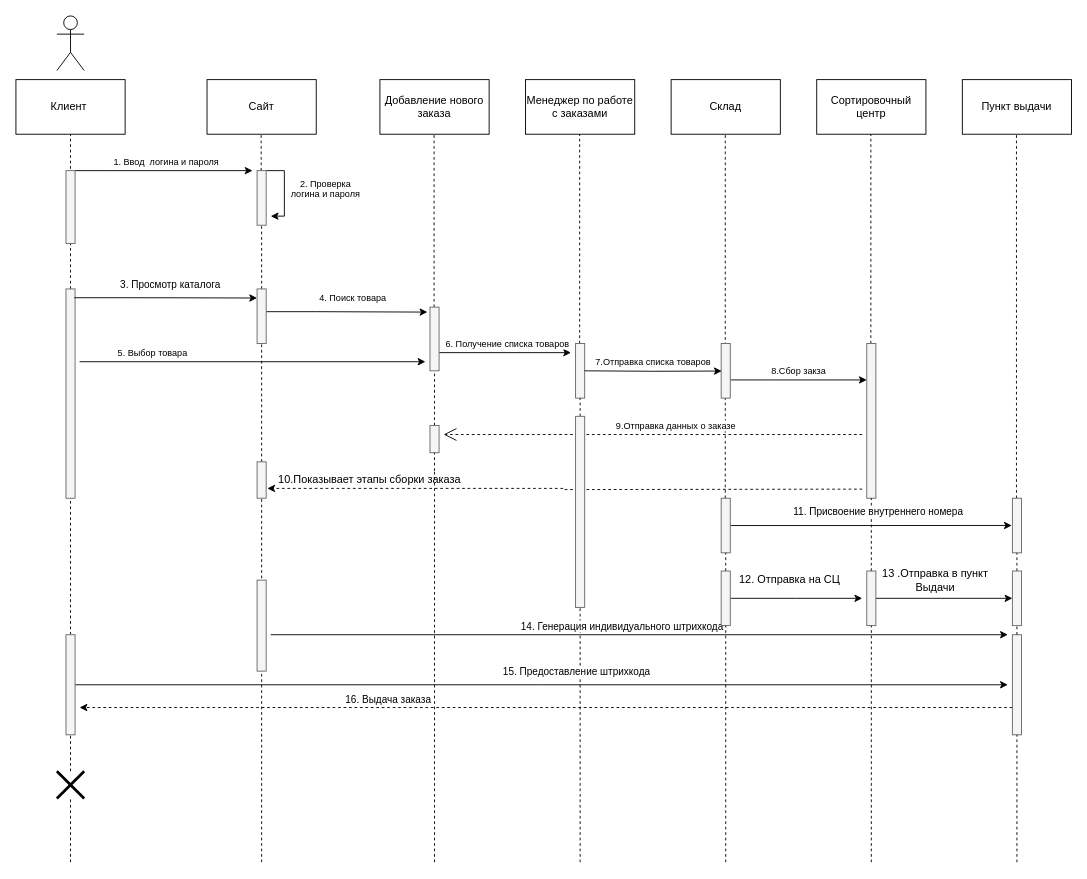
This is project.drawio from MashaRoberts/SequenceDiagram, a draw.io file, before an edit. Source tidied: cells renumbered, new cells numbered last; positions are measured from the earlier drawing's top-left corner, leaving out a move shared by most shapes. Both pictures are drawn from the tidied source at 91%, with x=0, y=0 at pixel (15, 15).
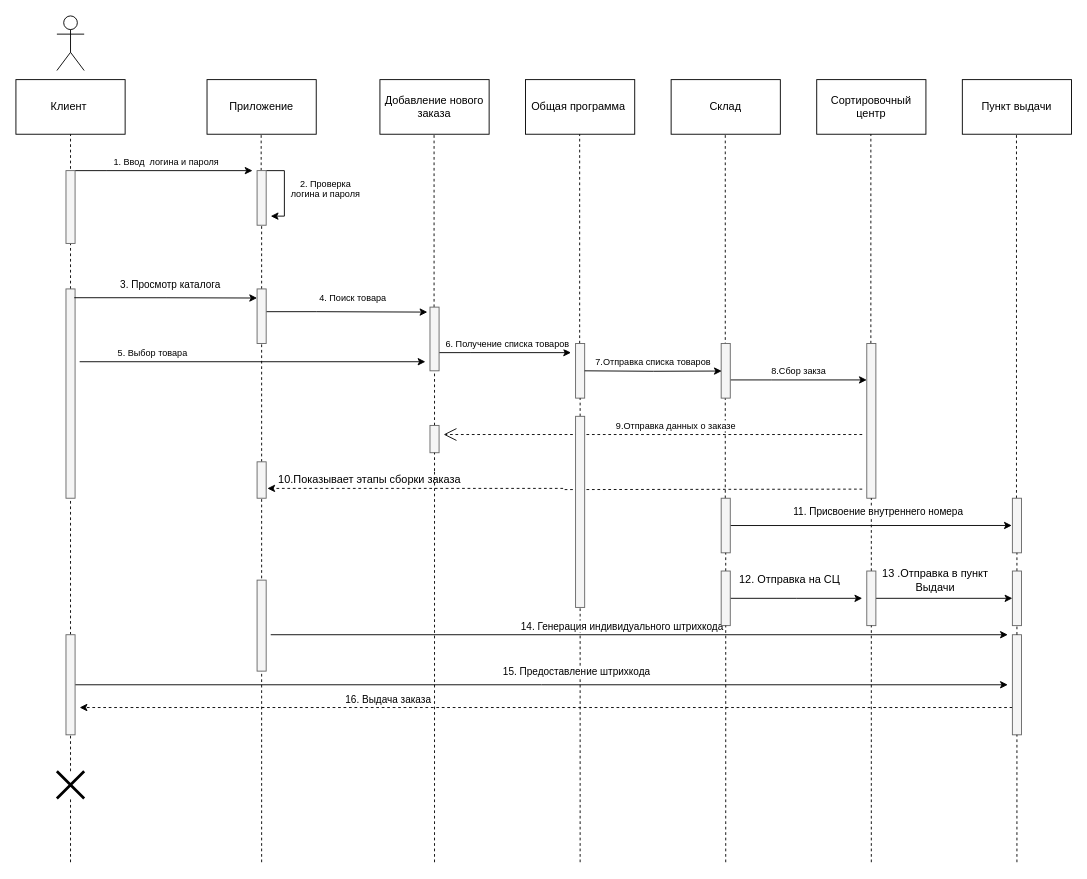
The same page after the edit.

Change to the diagram source:
```diff
@@
-    <mxCell id="4" value="Сайт" style="rounded=0;whiteSpace=wrap;html=1;" parent="1" vertex="1">
+    <mxCell id="4" value="Приложение" style="rounded=0;whiteSpace=wrap;html=1;" parent="1" vertex="1">
       <mxGeometry x="210" y="70" width="120" height="60" as="geometry" />
     </mxCell>
@@
-    <mxCell id="6" value="Менеджер по работе с заказами" style="rounded=0;whiteSpace=wrap;html=1;" parent="1" vertex="1">
+    <mxCell id="6" value="Общая программа&amp;nbsp;" style="rounded=0;whiteSpace=wrap;html=1;" parent="1" vertex="1">
       <mxGeometry x="560" y="70" width="120" height="60" as="geometry" />
     </mxCell>
```
